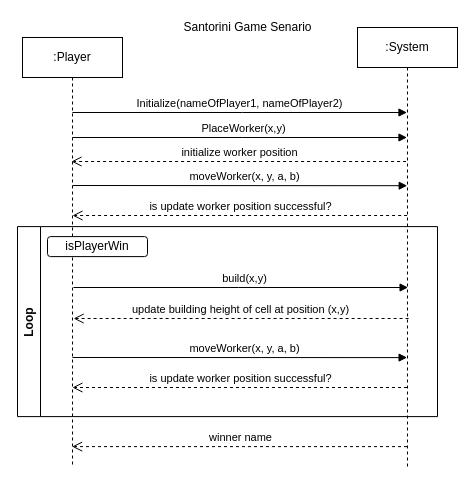
Above: Sequence Diagram.drawio in RozayC/test (draw.io), before the change. Source tidied: cells renumbered, new cells numbered last; positions are measured from the earlier drawing's top-left corner, leaving out a move shared by most shapes. Both pictures are drawn from the tidied source at 100%, with x=0, y=0 at pixel (17, 17).
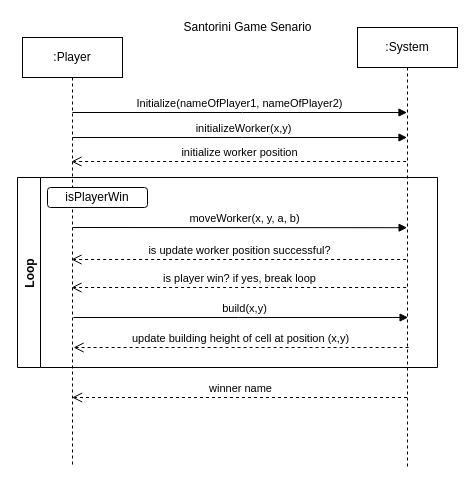
The same diagram, later.

What changed in the source:
```diff
@@
-    <mxCell id="6" value="PlaceWorker(x,y)" style="html=1;verticalAlign=bottom;endArrow=block;edgeStyle=elbowEdgeStyle;elbow=vertical;curved=0;rounded=0;" parent="1" edge="1">
+    <mxCell id="6" value="initializeWorker(x,y)" style="html=1;verticalAlign=bottom;endArrow=block;edgeStyle=elbowEdgeStyle;elbow=vertical;curved=0;rounded=0;" parent="1" edge="1">
       <mxGeometry x="0.02" relative="1" as="geometry">
         <mxPoint x="54.9" y="120" as="sourcePoint" />
         <mxPoint x="389.5" y="120" as="targetPoint" />
         <Array as="points">
           <mxPoint x="225" y="120" />
         </Array>
       </mxGeometry>
     </mxCell>
     <mxCell id="7" value="Loop" style="swimlane;horizontal=0;" parent="1" vertex="1">
-      <mxGeometry y="209.1" width="420" height="190" as="geometry" />
+      <mxGeometry y="160" width="420" height="190" as="geometry" />
     </mxCell>
@@
-    <mxCell id="9" value="moveWorker(x, y, a, b)" style="html=1;verticalAlign=bottom;endArrow=block;edgeStyle=elbowEdgeStyle;elbow=vertical;curved=0;rounded=0;exitX=0.499;exitY=0.563;exitDx=0;exitDy=0;exitPerimeter=0;" parent="7" edge="1">
-      <mxGeometry x="0.03" relative="1" as="geometry">
-        <mxPoint x="55" y="130.9" as="sourcePoint" />
-        <mxPoint x="389.6" y="131" as="targetPoint" />
-        <Array as="points">
-          <mxPoint x="100.1" y="131" />
-          <mxPoint x="90.1" y="131" />
-          <mxPoint x="120.1" y="101" />
-          <mxPoint x="90.1" y="101" />
-          <mxPoint x="340.1" y="71" />
-          <mxPoint x="170.1" y="71" />
-          <mxPoint x="225.1" y="61" />
-        </Array>
-      </mxGeometry>
-    </mxCell>
-    <mxCell id="10" value="is update worker position successful?" style="html=1;verticalAlign=bottom;endArrow=open;dashed=1;endSize=8;edgeStyle=elbowEdgeStyle;elbow=vertical;curved=0;rounded=0;" parent="7" edge="1">
-      <mxGeometry relative="1" as="geometry">
-        <mxPoint x="389.5" y="160.9" as="sourcePoint" />
-        <mxPoint x="54.9" y="160.9" as="targetPoint" />
-        <Array as="points">
-          <mxPoint x="120" y="160.9" />
-          <mxPoint x="320" y="130.9" />
-          <mxPoint x="110" y="130.9" />
-          <mxPoint x="370" y="103.9" />
-          <mxPoint x="170" y="150.9" />
-          <mxPoint x="235" y="150.9" />
-        </Array>
-      </mxGeometry>
-    </mxCell>
     <mxCell id="11" value="build(x,y)" style="html=1;verticalAlign=bottom;endArrow=block;edgeStyle=elbowEdgeStyle;elbow=vertical;curved=0;rounded=0;" parent="7" edge="1">
       <mxGeometry x="0.02" relative="1" as="geometry">
-        <mxPoint x="56" y="60.9" as="sourcePoint" />
-        <mxPoint x="390.6" y="60.9" as="targetPoint" />
+        <mxPoint x="56" y="140" as="sourcePoint" />
+        <mxPoint x="390.6" y="140" as="targetPoint" />
         <Array as="points">
-          <mxPoint x="221.1" y="60.9" />
+          <mxPoint x="221.1" y="140" />
         </Array>
       </mxGeometry>
     </mxCell>
     <mxCell id="12" value="update building height of cell at position (x,y)" style="html=1;verticalAlign=bottom;endArrow=open;dashed=1;endSize=8;edgeStyle=elbowEdgeStyle;elbow=vertical;curved=0;rounded=0;" parent="7" edge="1">
       <mxGeometry relative="1" as="geometry">
-        <mxPoint x="391.1" y="91.9" as="sourcePoint" />
-        <mxPoint x="56.1" y="91.9" as="targetPoint" />
+        <mxPoint x="391.1" y="170" as="sourcePoint" />
+        <mxPoint x="56.1" y="170" as="targetPoint" />
         <Array as="points">
-          <mxPoint x="361.1" y="91.9" />
-          <mxPoint x="361.1" y="61.9" />
-          <mxPoint x="371.1" y="51.9" />
-          <mxPoint x="171.1" y="98.9" />
-          <mxPoint x="236.1" y="98.9" />
+          <mxPoint x="361.1" y="170" />
+          <mxPoint x="361.1" y="140" />
+          <mxPoint x="371.1" y="130" />
+          <mxPoint x="171.1" y="177" />
+          <mxPoint x="236.1" y="177" />
         </Array>
       </mxGeometry>
     </mxCell>
+    <mxCell id="15" value="moveWorker(x, y, a, b)" style="html=1;verticalAlign=bottom;endArrow=block;edgeStyle=elbowEdgeStyle;elbow=vertical;curved=0;rounded=0;exitX=0.499;exitY=0.563;exitDx=0;exitDy=0;exitPerimeter=0;" parent="7" edge="1">
+      <mxGeometry x="0.03" relative="1" as="geometry">
+        <mxPoint x="55" y="50" as="sourcePoint" />
+        <mxPoint x="389.6" y="50.2" as="targetPoint" />
+        <Array as="points">
+          <mxPoint x="100.1" y="50.2" />
+          <mxPoint x="90.1" y="50.2" />
+          <mxPoint x="120.1" y="20.2" />
+          <mxPoint x="90.1" y="20.2" />
+          <mxPoint x="340.1" y="-9.8" />
+          <mxPoint x="170.1" y="-9.8" />
+          <mxPoint x="225.1" y="-19.8" />
+        </Array>
+      </mxGeometry>
+    </mxCell>
+    <mxCell id="16" value="is update worker position successful?" style="html=1;verticalAlign=bottom;endArrow=open;dashed=1;endSize=8;edgeStyle=elbowEdgeStyle;elbow=vertical;curved=0;rounded=0;" parent="7" edge="1">
+      <mxGeometry relative="1" as="geometry">
+        <mxPoint x="388.6" y="82" as="sourcePoint" />
+        <mxPoint x="54" y="82" as="targetPoint" />
+        <Array as="points">
+          <mxPoint x="119.1" y="82" />
+          <mxPoint x="319.1" y="52" />
+          <mxPoint x="109.1" y="52" />
+          <mxPoint x="369.1" y="25" />
+          <mxPoint x="169.1" y="72" />
+          <mxPoint x="234.1" y="72" />
+        </Array>
+      </mxGeometry>
+    </mxCell>
+    <mxCell id="17" value="is player win? if yes, break loop" style="html=1;verticalAlign=bottom;endArrow=open;dashed=1;endSize=8;edgeStyle=elbowEdgeStyle;elbow=vertical;curved=0;rounded=0;" parent="7" edge="1">
+      <mxGeometry relative="1" as="geometry">
+        <mxPoint x="388.6" y="110" as="sourcePoint" />
+        <mxPoint x="54" y="110" as="targetPoint" />
+        <Array as="points">
+          <mxPoint x="119.1" y="110" />
+          <mxPoint x="319.1" y="80" />
+          <mxPoint x="109.1" y="80" />
+          <mxPoint x="369.1" y="53" />
+          <mxPoint x="169.1" y="100" />
+          <mxPoint x="234.1" y="100" />
+        </Array>
+      </mxGeometry>
+    </mxCell>
@@
     <mxCell id="14" value="winner name" style="html=1;verticalAlign=bottom;endArrow=open;dashed=1;endSize=8;edgeStyle=elbowEdgeStyle;elbow=vertical;curved=0;rounded=0;" parent="1" edge="1">
       <mxGeometry relative="1" as="geometry">
-        <mxPoint x="389.5" y="429.1" as="sourcePoint" />
-        <mxPoint x="54.6" y="429.1" as="targetPoint" />
+        <mxPoint x="389.5" y="380" as="sourcePoint" />
+        <mxPoint x="54.6" y="380" as="targetPoint" />
         <Array as="points">
-          <mxPoint x="170" y="429.1" />
-          <mxPoint x="225" y="449.1" />
-          <mxPoint x="175" y="439.1" />
-          <mxPoint x="110.1" y="429.1" />
-          <mxPoint x="310.1" y="399.1" />
-          <mxPoint x="100.1" y="399.1" />
-          <mxPoint x="360.1" y="372.1" />
-          <mxPoint x="160.1" y="419.1" />
-          <mxPoint x="225.1" y="419.1" />
+          <mxPoint x="170" y="380" />
+          <mxPoint x="225" y="400" />
+          <mxPoint x="175" y="390" />
+          <mxPoint x="110.1" y="380" />
+          <mxPoint x="310.1" y="350" />
+          <mxPoint x="100.1" y="350" />
+          <mxPoint x="360.1" y="323" />
+          <mxPoint x="160.1" y="370" />
+          <mxPoint x="225.1" y="370" />
         </Array>
       </mxGeometry>
     </mxCell>
-    <mxCell id="15" value="moveWorker(x, y, a, b)" style="html=1;verticalAlign=bottom;endArrow=block;edgeStyle=elbowEdgeStyle;elbow=vertical;curved=0;rounded=0;exitX=0.499;exitY=0.563;exitDx=0;exitDy=0;exitPerimeter=0;" parent="1" edge="1">
-      <mxGeometry x="0.03" relative="1" as="geometry">
-        <mxPoint x="55.1" y="168" as="sourcePoint" />
-        <mxPoint x="389.7" y="168.2" as="targetPoint" />
-        <Array as="points">
-          <mxPoint x="100.2" y="168.2" />
-          <mxPoint x="90.2" y="168.2" />
-          <mxPoint x="120.2" y="138.2" />
-          <mxPoint x="90.2" y="138.2" />
-          <mxPoint x="340.2" y="108.2" />
-          <mxPoint x="170.2" y="108.2" />
-          <mxPoint x="225.2" y="98.2" />
-        </Array>
-      </mxGeometry>
-    </mxCell>
-    <mxCell id="16" value="is update worker position successful?" style="html=1;verticalAlign=bottom;endArrow=open;dashed=1;endSize=8;edgeStyle=elbowEdgeStyle;elbow=vertical;curved=0;rounded=0;" parent="1" edge="1">
-      <mxGeometry relative="1" as="geometry">
-        <mxPoint x="389.6" y="198" as="sourcePoint" />
-        <mxPoint x="55" y="198" as="targetPoint" />
-        <Array as="points">
-          <mxPoint x="120.1" y="198" />
-          <mxPoint x="320.1" y="168" />
-          <mxPoint x="110.1" y="168" />
-          <mxPoint x="370.1" y="141" />
-          <mxPoint x="170.1" y="188" />
-          <mxPoint x="235.1" y="188" />
-        </Array>
-      </mxGeometry>
-    </mxCell>
```
